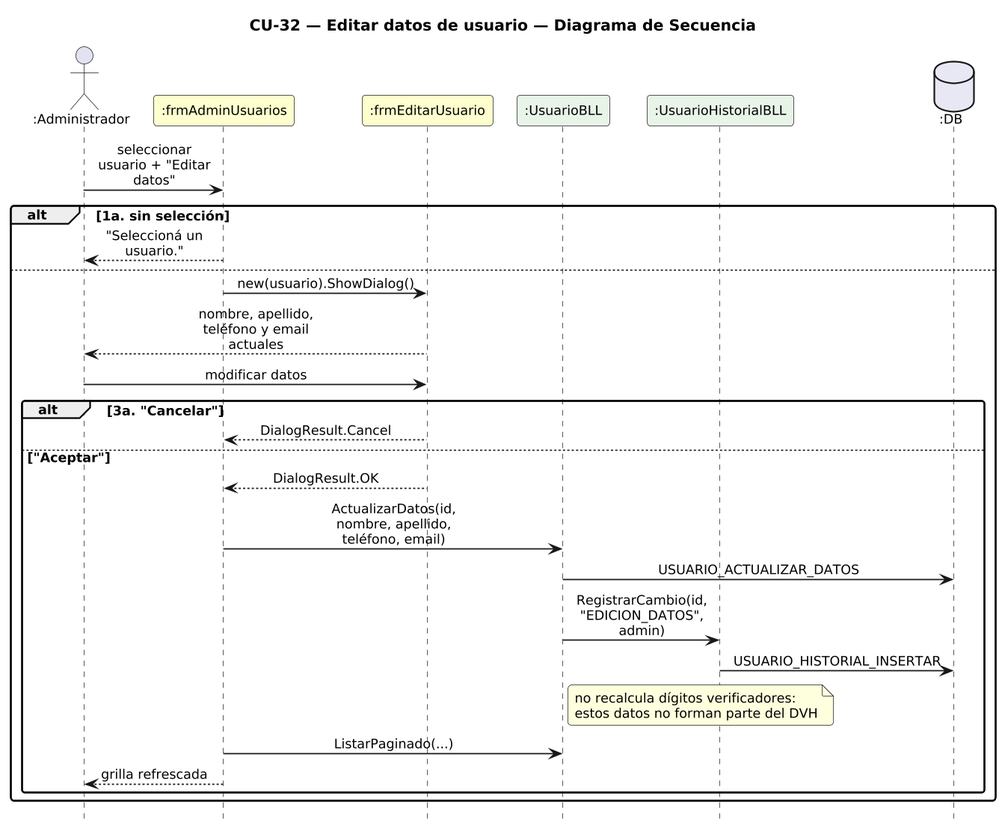
Before: DIAGRAMAS/DiagramaSecuencia_CU32_EditarDatosUsuario.png, a diagram exported from PlantUML (Urrels/ingenieria_software).
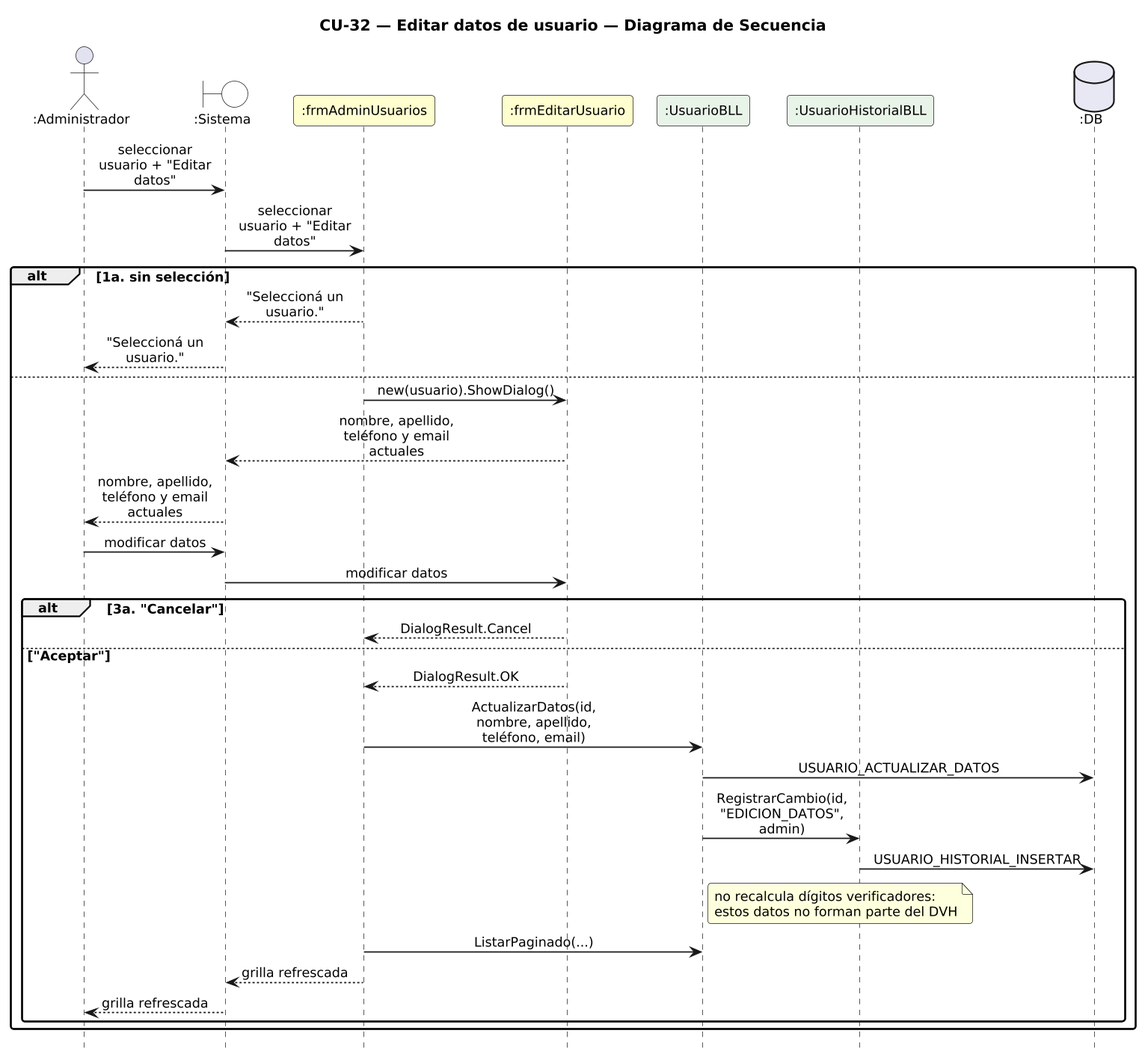
The same file after the commit.

What changed in the source:
```diff
@@ -14,19 +14,24 @@
 hide footbox
 
 actor ":Administrador" as A
+boundary ":Sistema" as SYS #FFFFFF
 participant ":frmAdminUsuarios" as F #FEFECE
 participant ":frmEditarUsuario" as E #FEFECE
 participant ":UsuarioBLL" as B #E8F4E8
 participant ":UsuarioHistorialBLL" as HB #E8F4E8
 database ":DB" as DB #E8E8F4
 
-A -> F : seleccionar usuario + "Editar datos"
+A -> SYS : seleccionar usuario + "Editar datos"
+SYS -> F : seleccionar usuario + "Editar datos"
 alt 1a. sin selección
-  F --> A : "Seleccioná un usuario."
+  F --> SYS : "Seleccioná un usuario."
+  SYS --> A : "Seleccioná un usuario."
 else
   F -> E : new(usuario).ShowDialog()
-  E --> A : nombre, apellido, teléfono y email actuales
-  A -> E : modificar datos
+  E --> SYS : nombre, apellido, teléfono y email actuales
+  SYS --> A : nombre, apellido, teléfono y email actuales
+  A -> SYS : modificar datos
+  SYS -> E : modificar datos
   alt 3a. "Cancelar"
     E --> F : DialogResult.Cancel
   else "Aceptar"
@@ -37,7 +42,8 @@
     HB -> DB : USUARIO_HISTORIAL_INSERTAR
     note right of B : no recalcula dígitos verificadores:\nestos datos no forman parte del DVH
     F -> B : ListarPaginado(...)
-    F --> A : grilla refrescada
+    F --> SYS : grilla refrescada
+    SYS --> A : grilla refrescada
   end
 end
 
```
